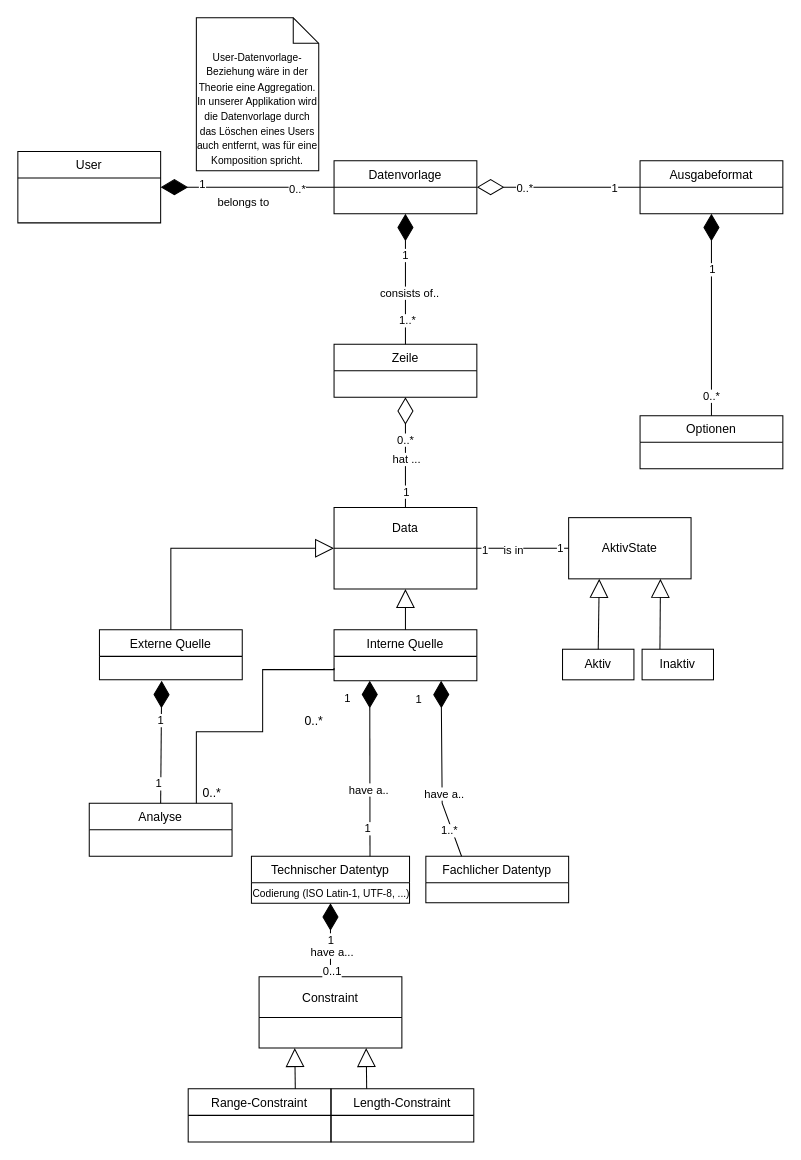
Edelmetall/LoremIpsum keeps this draw.io diagram as datagen-backend/src/main/resources/domain.drawio. Above is the earlier version. Source tidied: cells renumbered, new cells numbered last; positions are measured from the earlier drawing's top-left corner, leaving out a move shared by most shapes. Both pictures are drawn from the tidied source at 102%, with x=0, y=0 at pixel (17, 17).
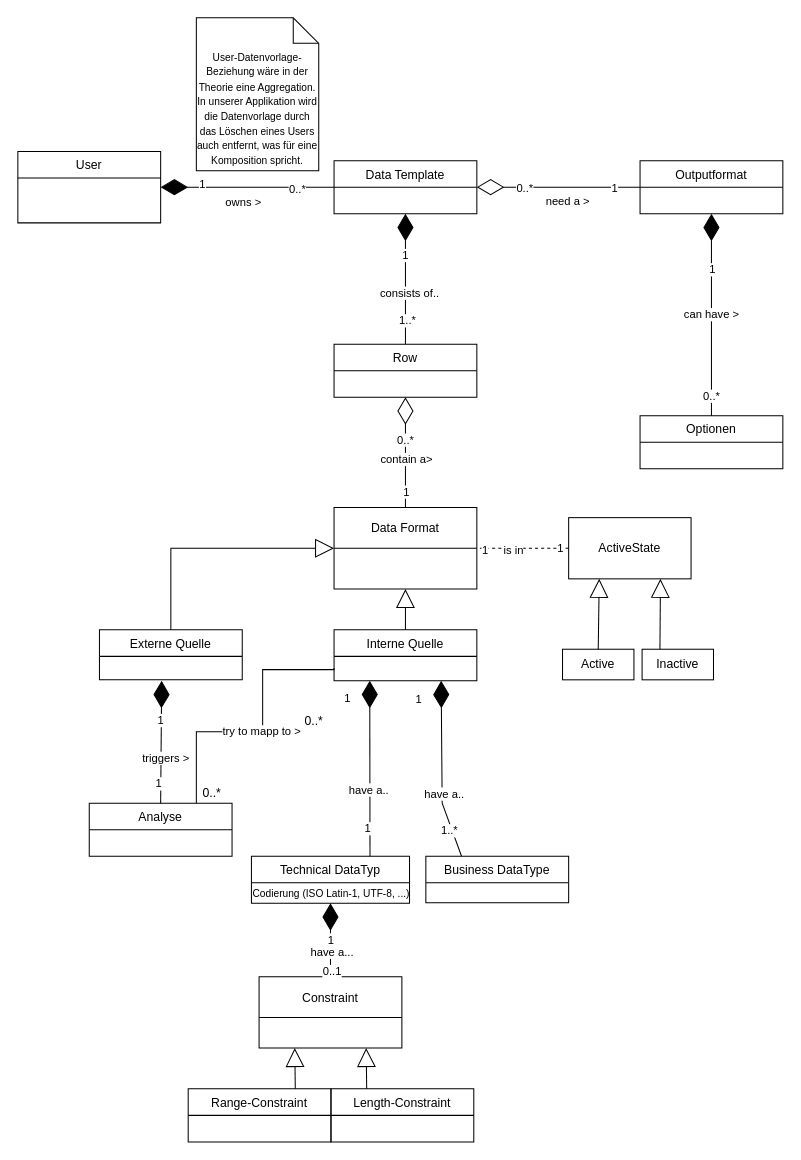
Above is the later version.

Unchanged cells that the change refers to:
```xml
<mxCell id="6" value="Interne Quelle" style="swimlane;fontStyle=0;horizontal=1;startSize=26;fillColor=none;" parent="1" vertex="1">
  <mxGeometry x="310" y="600" width="140" height="50" as="geometry" />
</mxCell>
<mxCell id="11" value="Optionen" style="swimlane;fontStyle=0;horizontal=1;startSize=26;fillColor=none;" parent="1" vertex="1">
  <mxGeometry x="610" y="390" width="140" height="52" as="geometry" />
</mxCell>
<mxCell id="32" value="Analyse" style="swimlane;fontStyle=0;horizontal=1;startSize=26;fillColor=none;" parent="1" vertex="1">
  <mxGeometry x="70" y="770" width="140" height="52" as="geometry" />
</mxCell>
<mxCell id="33" style="endArrow=diamondThin;endFill=1;endSize=24;html=1;rounded=0;exitX=0.5;exitY=0;exitDx=0;exitDy=0;" parent="1" edge="1" source="32">
  <mxGeometry relative="1" as="geometry">
    <mxPoint x="141" y="650" as="targetPoint" />
  </mxGeometry>
</mxCell>
<mxCell id="43" style="endArrow=diamondThin;endFill=0;endSize=24;html=1;rounded=0;entryX=0.5;entryY=1;entryDx=0;entryDy=0;exitX=0.5;exitY=0;exitDx=0;exitDy=0;" parent="1" edge="1" source="29" target="5">
  <mxGeometry relative="1" as="geometry" />
</mxCell>
<mxCell id="53" style="endArrow=diamondThin;endFill=1;endSize=24;html=1;rounded=0;entryX=1;entryY=0.5;entryDx=0;entryDy=0;exitX=0;exitY=0.5;exitDx=0;exitDy=0;" parent="1" edge="1" source="3" target="2">
  <mxGeometry relative="1" as="geometry" />
</mxCell>
```

What changed in the source:
```diff
@@
-    <mxCell id="3" value="Datenvorlage" style="swimlane;fontStyle=0;horizontal=1;startSize=26;fillColor=none;" parent="1" vertex="1">
+    <mxCell id="3" value="Data Template" style="swimlane;fontStyle=0;horizontal=1;startSize=26;fillColor=none;" parent="1" vertex="1">
       <mxGeometry x="310" y="140" width="140" height="52" as="geometry" />
     </mxCell>
@@
-    <mxCell id="5" value="Zeile" style="swimlane;fontStyle=0;horizontal=1;startSize=26;fillColor=none;" parent="1" vertex="1">
+    <mxCell id="5" value="Row" style="swimlane;fontStyle=0;horizontal=1;startSize=26;fillColor=none;" parent="1" vertex="1">
       <mxGeometry x="310" y="320" width="140" height="52" as="geometry" />
     </mxCell>
@@
-    <mxCell id="7" value="Technischer Datentyp" style="swimlane;fontStyle=0;horizontal=1;startSize=26;fillColor=none;" parent="1" vertex="1">
+    <mxCell id="7" value="Technical DataTyp" style="swimlane;fontStyle=0;horizontal=1;startSize=26;fillColor=none;" parent="1" vertex="1">
       <mxGeometry x="229" y="822" width="155" height="46" as="geometry" />
     </mxCell>
@@
-    <mxCell id="9" value="Fachlicher Datentyp" style="swimlane;fontStyle=0;horizontal=1;startSize=26;fillColor=none;" parent="1" vertex="1">
+    <mxCell id="9" value="Business DataType" style="swimlane;fontStyle=0;horizontal=1;startSize=26;fillColor=none;" parent="1" vertex="1">
       <mxGeometry x="400" y="822" width="140" height="45.5" as="geometry" />
     </mxCell>
-    <mxCell id="10" value="Ausgabeformat" style="swimlane;fontStyle=0;horizontal=1;startSize=26;fillColor=none;" parent="1" vertex="1">
+    <mxCell id="10" value="Outputformat" style="swimlane;fontStyle=0;horizontal=1;startSize=26;fillColor=none;" parent="1" vertex="1">
       <mxGeometry x="610" y="140" width="140" height="52" as="geometry" />
     </mxCell>
@@
-    <mxCell id="29" value="Data" style="swimlane;fontStyle=0;horizontal=1;startSize=40;fillColor=none;" parent="1" vertex="1">
+    <mxCell id="29" value="Data Format" style="swimlane;fontStyle=0;horizontal=1;startSize=40;fillColor=none;" parent="1" vertex="1">
       <mxGeometry x="310" y="480" width="140" height="80" as="geometry" />
     </mxCell>
@@
+    <mxCell id="67" value="triggers &amp;gt;" style="edgeLabel;html=1;align=center;verticalAlign=middle;" parent="33" vertex="1">
+      <mxGeometry x="-0.25" y="-4" relative="1" as="geometry" />
+    </mxCell>
-    <mxCell id="36" style="endArrow=none;html=1;edgeStyle=orthogonalEdgeStyle;rounded=0;entryX=0.75;entryY=0;entryDx=0;entryDy=0;exitX=0;exitY=0.75;exitDx=0;exitDy=0;" parent="1" edge="1" source="6" target="32">
+    <mxCell id="36" value="try to mapp to &amp;gt;" style="endArrow=none;html=1;edgeStyle=orthogonalEdgeStyle;rounded=0;entryX=0.75;entryY=0;entryDx=0;entryDy=0;exitX=0;exitY=0.75;exitDx=0;exitDy=0;" parent="1" edge="1" source="6" target="32">
       <mxGeometry relative="1" as="geometry">
         <Array as="points">
           <mxPoint x="240" y="639" />
           <mxPoint x="240" y="700" />
           <mxPoint x="175" y="700" />
         </Array>
       </mxGeometry>
     </mxCell>
@@
-    <mxCell id="46" value="hat ..." style="edgeLabel;html=1;align=center;verticalAlign=middle;" parent="43" vertex="1">
+    <mxCell id="46" value="contain a&amp;gt;" style="edgeLabel;html=1;align=center;verticalAlign=middle;" parent="43" vertex="1">
       <mxGeometry x="-0.12" relative="1" as="geometry" />
     </mxCell>
-    <mxCell id="47" style="endArrow=diamondThin;endFill=0;endSize=24;html=1;rounded=0;exitX=0;exitY=0.5;exitDx=0;exitDy=0;entryX=1;entryY=0.5;entryDx=0;entryDy=0;" parent="1" edge="1" source="10" target="3">
-      <mxGeometry relative="1" as="geometry" />
+    <mxCell id="47" value="need a &amp;gt;" style="endArrow=diamondThin;endFill=0;endSize=24;html=1;rounded=0;exitX=0;exitY=0.5;exitDx=0;exitDy=0;entryX=1;entryY=0.5;entryDx=0;entryDy=0;" parent="1" edge="1" source="10" target="3">
+      <mxGeometry x="-0.12" y="14" relative="1" as="geometry">
+        <mxPoint x="-1" as="offset" />
+      </mxGeometry>
     </mxCell>
@@
-    <mxCell id="50" style="endArrow=diamondThin;endFill=1;endSize=24;html=1;rounded=0;entryX=0.5;entryY=1;entryDx=0;entryDy=0;exitX=0.5;exitY=0;exitDx=0;exitDy=0;" parent="1" edge="1" source="11" target="10">
+    <mxCell id="50" value="can have &amp;gt;" style="endArrow=diamondThin;endFill=1;endSize=24;html=1;rounded=0;entryX=0.5;entryY=1;entryDx=0;entryDy=0;exitX=0.5;exitY=0;exitDx=0;exitDy=0;" parent="1" edge="1" source="11" target="10">
       <mxGeometry relative="1" as="geometry" />
     </mxCell>
@@
-    <mxCell id="56" value="belongs to" style="edgeLabel;html=1;align=center;verticalAlign=middle;" parent="53" vertex="1">
+    <mxCell id="56" value="owns &amp;gt;" style="edgeLabel;html=1;align=center;verticalAlign=middle;" parent="53" vertex="1">
       <mxGeometry x="0.15" relative="1" as="geometry">
         <mxPoint x="8" y="14" as="offset" />
       </mxGeometry>
     </mxCell>
@@
-    <mxCell id="58" value="AktivState" style="whiteSpace=wrap;html=1;fillColor=none;fontStyle=0;startSize=40;" parent="1" vertex="1">
+    <mxCell id="58" value="ActiveState" style="whiteSpace=wrap;html=1;fillColor=none;fontStyle=0;startSize=40;" parent="1" vertex="1">
       <mxGeometry x="540" y="490" width="120" height="60" as="geometry" />
     </mxCell>
-    <mxCell id="59" style="endArrow=none;html=1;rounded=0;entryX=1;entryY=0.5;entryDx=0;entryDy=0;exitX=0;exitY=0.5;exitDx=0;exitDy=0;" parent="1" edge="1" source="58" target="29">
+    <mxCell id="59" style="endArrow=none;html=1;rounded=0;entryX=1;entryY=0.5;entryDx=0;entryDy=0;exitX=0;exitY=0.5;exitDx=0;exitDy=0;dashed=1;" parent="1" edge="1" source="58" target="29">
       <mxGeometry relative="1" as="geometry" />
     </mxCell>
@@
-    <mxCell id="63" value="Aktiv" style="whiteSpace=wrap;html=1;fillColor=none;fontStyle=0;startSize=40;" parent="1" vertex="1">
+    <mxCell id="63" value="Active" style="whiteSpace=wrap;html=1;fillColor=none;fontStyle=0;startSize=40;" parent="1" vertex="1">
       <mxGeometry x="534" y="619" width="70" height="30" as="geometry" />
     </mxCell>
@@
-    <mxCell id="66" value="Inaktiv" style="whiteSpace=wrap;html=1;fillColor=none;fontStyle=0;startSize=40;" parent="1" vertex="1">
+    <mxCell id="66" value="Inactive" style="whiteSpace=wrap;html=1;fillColor=none;fontStyle=0;startSize=40;" parent="1" vertex="1">
       <mxGeometry x="612" y="619" width="70" height="30" as="geometry" />
     </mxCell>
```
